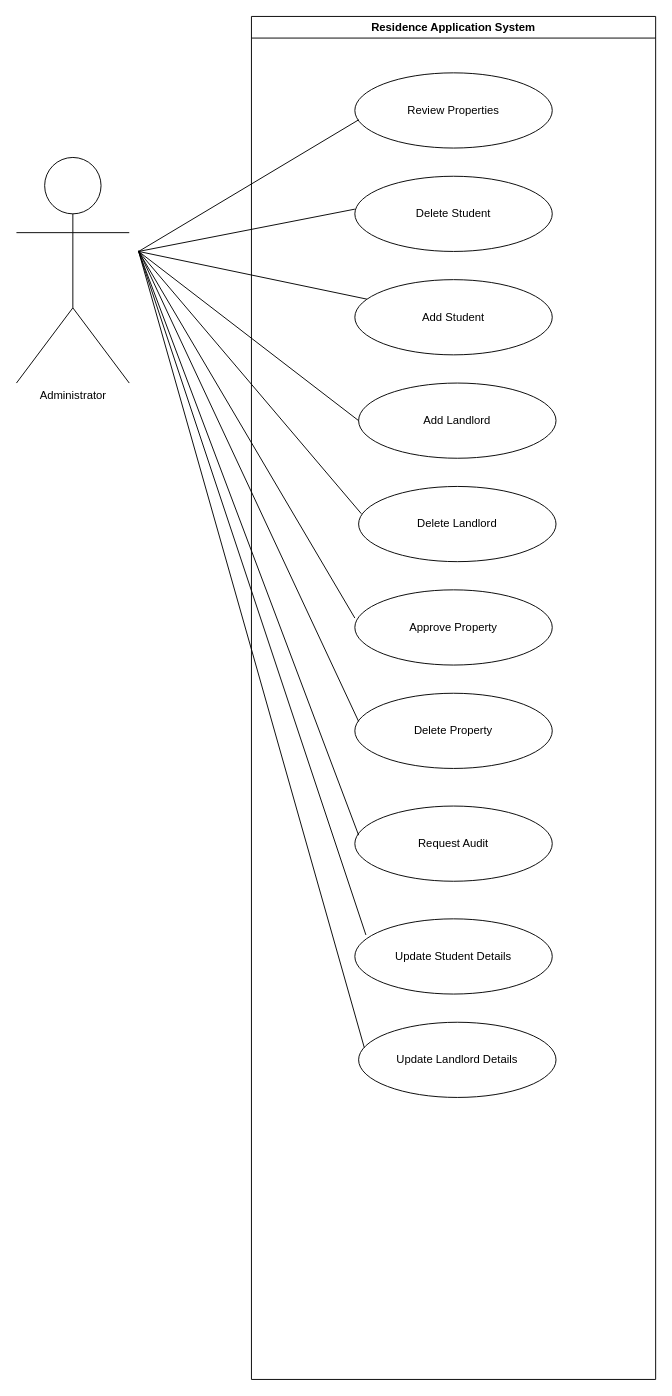
Before: AdminUseCase.drawio in SETHU60/cput_accomodation_application, a draw.io diagram. Source tidied: cells renumbered, new cells numbered last; positions are measured from the earlier drawing's top-left corner, leaving out a move shared by most shapes. Both pictures are drawn from the tidied source at 94%, with x=0, y=0 at pixel (16, 16).
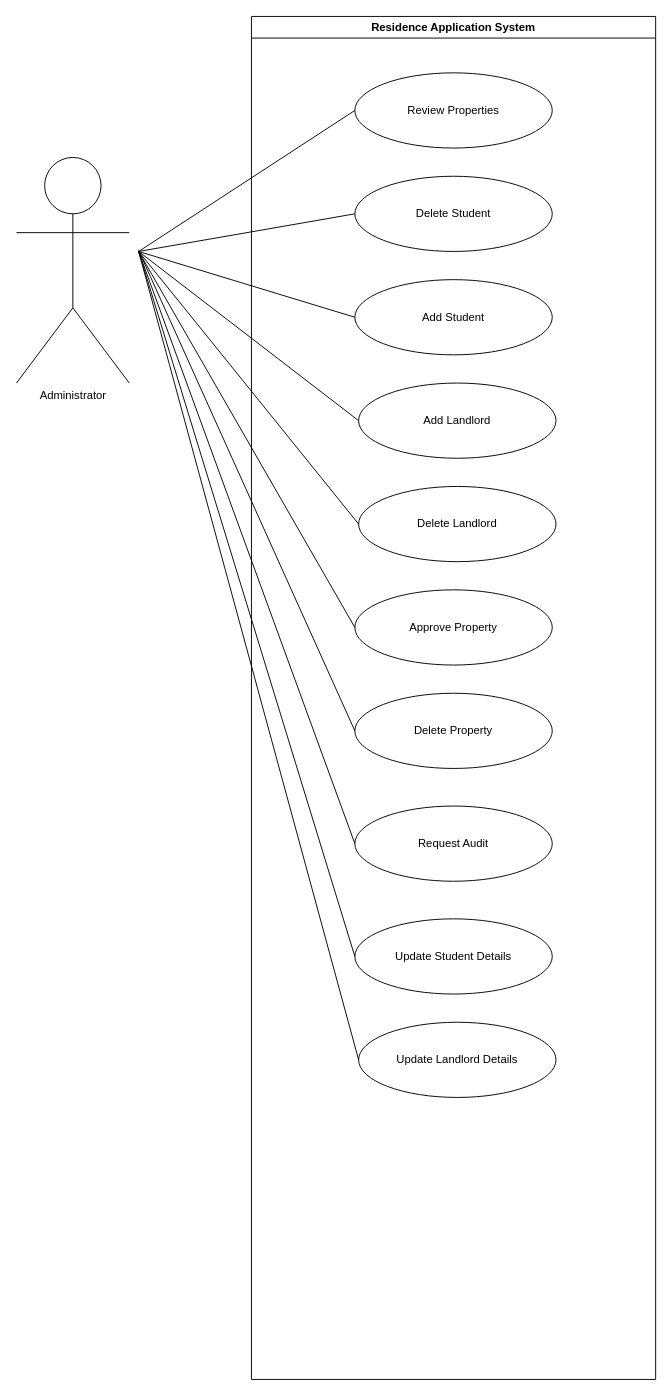
The same diagram, later.

Unchanged cells that the change refers to:
```xml
<mxCell id="2" value="Residence Application System" style="swimlane;whiteSpace=wrap;html=1;" parent="1" vertex="1">
  <mxGeometry x="250" width="430" height="1450" as="geometry" />
</mxCell>
<mxCell id="3" value="Review Properties" style="ellipse;whiteSpace=wrap;html=1;" parent="2" vertex="1">
  <mxGeometry x="110" y="60" width="210" height="80" as="geometry" />
</mxCell>
<mxCell id="4" value="Add Student" style="ellipse;whiteSpace=wrap;html=1;" parent="2" vertex="1">
  <mxGeometry x="110" y="280" width="210" height="80" as="geometry" />
</mxCell>
<mxCell id="5" value="Delete Student" style="ellipse;whiteSpace=wrap;html=1;" parent="2" vertex="1">
  <mxGeometry x="110" y="170" width="210" height="80" as="geometry" />
</mxCell>
<mxCell id="7" value="Delete Landlord" style="ellipse;whiteSpace=wrap;html=1;" parent="2" vertex="1">
  <mxGeometry x="114" y="500" width="210" height="80" as="geometry" />
</mxCell>
<mxCell id="8" value="Approve Property" style="ellipse;whiteSpace=wrap;html=1;" parent="2" vertex="1">
  <mxGeometry x="110" y="610" width="210" height="80" as="geometry" />
</mxCell>
<mxCell id="9" value="Delete Property" style="ellipse;whiteSpace=wrap;html=1;" parent="2" vertex="1">
  <mxGeometry x="110" y="720" width="210" height="80" as="geometry" />
</mxCell>
<mxCell id="17" value="Request Audit" style="ellipse;whiteSpace=wrap;html=1;" parent="2" vertex="1">
  <mxGeometry x="110" y="840" width="210" height="80" as="geometry" />
</mxCell>
<mxCell id="19" value="Update Student Details" style="ellipse;whiteSpace=wrap;html=1;" parent="2" vertex="1">
  <mxGeometry x="110" y="960" width="210" height="80" as="geometry" />
</mxCell>
<mxCell id="20" value="Update Landlord Details" style="ellipse;whiteSpace=wrap;html=1;" parent="2" vertex="1">
  <mxGeometry x="114" y="1070" width="210" height="80" as="geometry" />
</mxCell>
```

What changed in the source:
```diff
@@
-    <mxCell id="10" style="endArrow=none;html=1;rounded=0;" parent="2" edge="1">
+    <mxCell id="10" style="endArrow=none;html=1;rounded=0;entryX=0;entryY=0.5;entryDx=0;entryDy=0;" parent="2" edge="1" target="3">
       <mxGeometry relative="1" as="geometry">
         <mxPoint x="-120" y="250" as="sourcePoint" />
-        <mxPoint x="114" y="110" as="targetPoint" />
       </mxGeometry>
     </mxCell>
-    <mxCell id="11" style="endArrow=none;html=1;rounded=0;" parent="2" edge="1">
+    <mxCell id="11" style="endArrow=none;html=1;rounded=0;entryX=0;entryY=0.5;entryDx=0;entryDy=0;" parent="2" edge="1" target="5">
       <mxGeometry relative="1" as="geometry">
         <mxPoint x="-120" y="250" as="sourcePoint" />
-        <mxPoint x="110" y="205" as="targetPoint" />
       </mxGeometry>
     </mxCell>
-    <mxCell id="12" style="endArrow=none;html=1;rounded=0;" parent="2" edge="1" target="4">
+    <mxCell id="12" style="endArrow=none;html=1;rounded=0;entryX=0;entryY=0.5;entryDx=0;entryDy=0;" parent="2" edge="1" target="4">
       <mxGeometry relative="1" as="geometry">
         <mxPoint x="-120" y="250" as="sourcePoint" />
       </mxGeometry>
     </mxCell>
-    <mxCell id="13" style="endArrow=none;html=1;rounded=0;exitX=0;exitY=0.375;exitDx=0;exitDy=0;exitPerimeter=0;" parent="2" edge="1" source="8">
+    <mxCell id="13" style="endArrow=none;html=1;rounded=0;exitX=0;exitY=0.5;exitDx=0;exitDy=0;" parent="2" edge="1" source="8">
       <mxGeometry relative="1" as="geometry">
         <mxPoint x="-120" y="250" as="targetPoint" />
       </mxGeometry>
     </mxCell>
@@
-    <mxCell id="15" style="endArrow=none;html=1;rounded=0;" parent="2" edge="1">
+    <mxCell id="15" style="endArrow=none;html=1;rounded=0;entryX=0;entryY=0.5;entryDx=0;entryDy=0;" parent="2" edge="1" target="9">
       <mxGeometry relative="1" as="geometry">
         <mxPoint x="-120" y="249" as="sourcePoint" />
-        <mxPoint x="114" y="750" as="targetPoint" />
       </mxGeometry>
     </mxCell>
-    <mxCell id="16" style="endArrow=none;html=1;rounded=0;entryX=0.014;entryY=0.363;entryDx=0;entryDy=0;entryPerimeter=0;" parent="2" edge="1" target="7">
+    <mxCell id="16" style="endArrow=none;html=1;rounded=0;entryX=0;entryY=0.5;entryDx=0;entryDy=0;" parent="2" edge="1" target="7">
       <mxGeometry relative="1" as="geometry">
         <mxPoint x="-120" y="250" as="sourcePoint" />
       </mxGeometry>
     </mxCell>
@@
-    <mxCell id="18" style="endArrow=none;html=1;rounded=0;" parent="2" edge="1">
+    <mxCell id="18" style="endArrow=none;html=1;rounded=0;entryX=0;entryY=0.5;entryDx=0;entryDy=0;" parent="2" edge="1" target="17">
       <mxGeometry relative="1" as="geometry">
         <mxPoint x="-120" y="250" as="sourcePoint" />
-        <mxPoint x="114" y="871" as="targetPoint" />
       </mxGeometry>
     </mxCell>
@@
-    <mxCell id="21" style="endArrow=none;html=1;rounded=0;entryX=0.029;entryY=0.339;entryDx=0;entryDy=0;entryPerimeter=0;" parent="2" edge="1" target="20">
+    <mxCell id="21" style="endArrow=none;html=1;rounded=0;entryX=0;entryY=0.5;entryDx=0;entryDy=0;" parent="2" edge="1" target="20">
       <mxGeometry relative="1" as="geometry">
         <mxPoint x="-120" y="250" as="sourcePoint" />
       </mxGeometry>
     </mxCell>
-    <mxCell id="22" style="endArrow=none;html=1;rounded=0;entryX=0.056;entryY=0.214;entryDx=0;entryDy=0;entryPerimeter=0;" parent="2" edge="1" target="19">
+    <mxCell id="22" style="endArrow=none;html=1;rounded=0;entryX=0;entryY=0.5;entryDx=0;entryDy=0;" parent="2" edge="1" target="19">
       <mxGeometry relative="1" as="geometry">
         <mxPoint x="-120" y="250" as="sourcePoint" />
       </mxGeometry>
     </mxCell>
```
